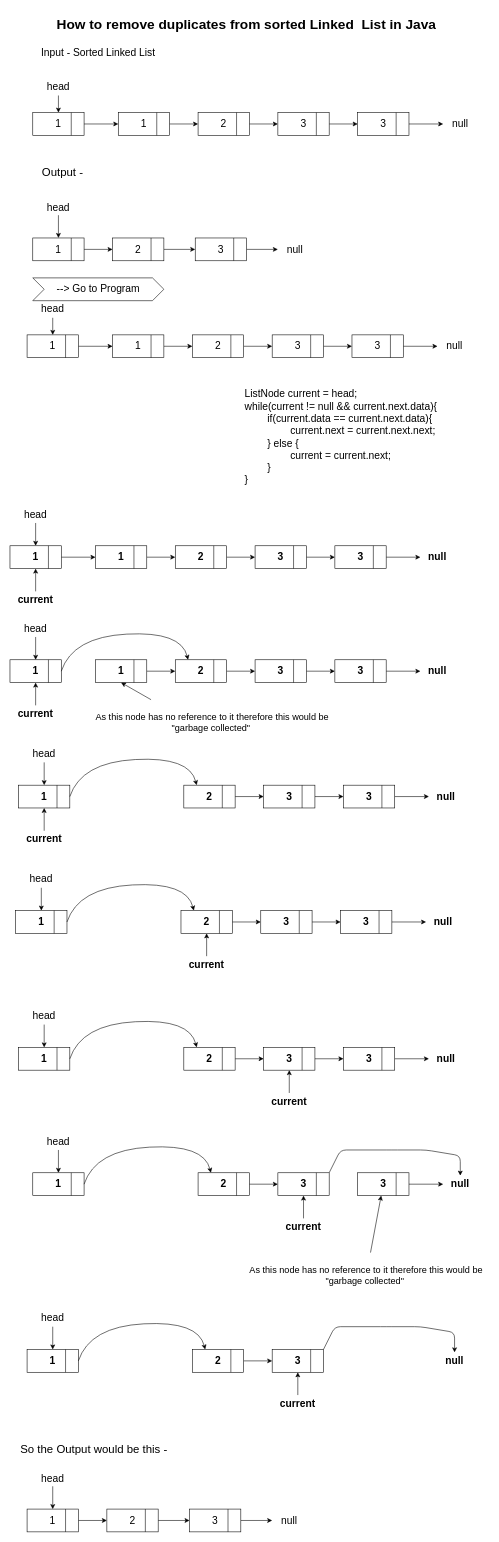
Above: SinglyLinkedList/remove_duplicates_from_sorted_LL/remove_duplicates_from_sorted_LL.drawio in Dheeraj2002kumar/DSA_in_java (draw.io), before the change. Source tidied: cells renumbered, new cells numbered last; positions are measured from the earlier drawing's top-left corner, leaving out a move shared by most shapes. Both pictures are drawn from the tidied source at 57%, with x=0, y=0 at pixel (10, 10).
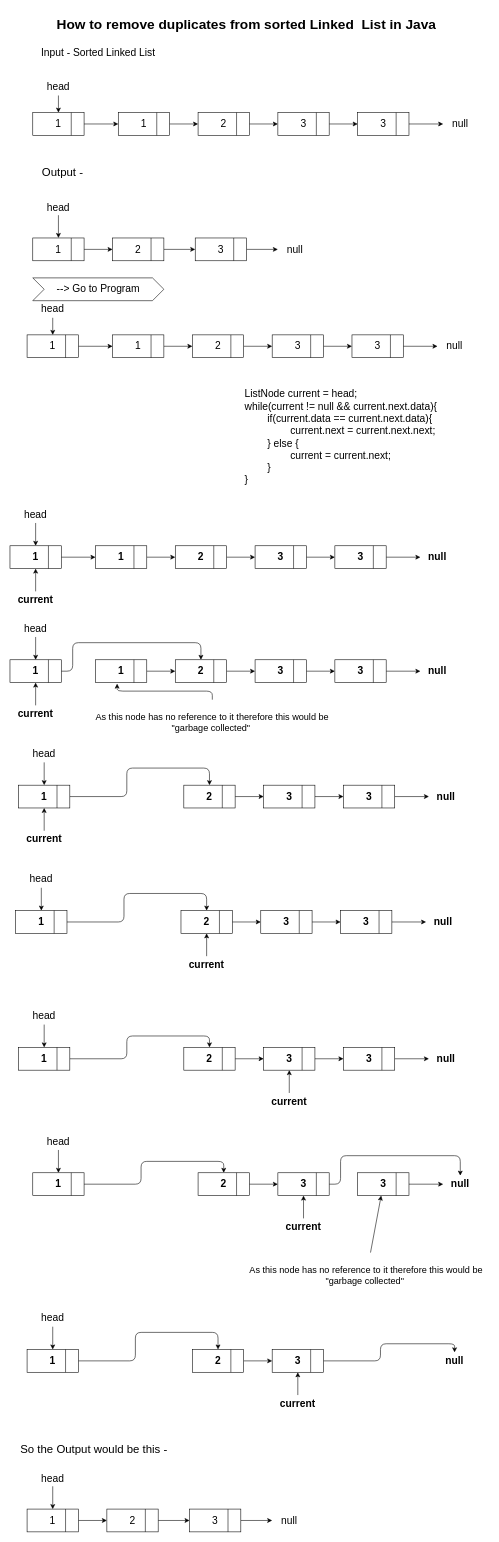
The same diagram, later.

Unchanged cells that the change refers to:
```xml
<mxCell id="75" value="1" style="rounded=0;whiteSpace=wrap;html=1;fontSize=18;fontStyle=1;" parent="1" vertex="1">
  <mxGeometry y="1140" width="90" height="40" as="geometry" />
</mxCell>
<mxCell id="78" value="1" style="rounded=0;whiteSpace=wrap;html=1;fontSize=18;fontStyle=1;" parent="1" vertex="1">
  <mxGeometry x="150" y="1140" width="90" height="40" as="geometry" />
</mxCell>
<mxCell id="81" value="2" style="rounded=0;whiteSpace=wrap;html=1;fontSize=18;fontStyle=1;" parent="1" vertex="1">
  <mxGeometry x="290" y="1140" width="90" height="40" as="geometry" />
</mxCell>
<mxCell id="95" value="1" style="rounded=0;whiteSpace=wrap;html=1;fontSize=18;fontStyle=1;" parent="1" vertex="1">
  <mxGeometry x="15" y="1360" width="90" height="40" as="geometry" />
</mxCell>
<mxCell id="98" value="2" style="rounded=0;whiteSpace=wrap;html=1;fontSize=18;fontStyle=1;" parent="1" vertex="1">
  <mxGeometry x="305" y="1360" width="90" height="40" as="geometry" />
</mxCell>
<mxCell id="112" value="1" style="rounded=0;whiteSpace=wrap;html=1;fontSize=18;fontStyle=1;" parent="1" vertex="1">
  <mxGeometry x="10" y="1580" width="90" height="40" as="geometry" />
</mxCell>
<mxCell id="115" value="2" style="rounded=0;whiteSpace=wrap;html=1;fontSize=18;fontStyle=1;" parent="1" vertex="1">
  <mxGeometry x="300" y="1580" width="90" height="40" as="geometry" />
</mxCell>
<mxCell id="129" value="1" style="rounded=0;whiteSpace=wrap;html=1;fontSize=18;fontStyle=1;" parent="1" vertex="1">
  <mxGeometry x="15" y="1820" width="90" height="40" as="geometry" />
</mxCell>
<mxCell id="132" value="2" style="rounded=0;whiteSpace=wrap;html=1;fontSize=18;fontStyle=1;" parent="1" vertex="1">
  <mxGeometry x="305" y="1820" width="90" height="40" as="geometry" />
</mxCell>
<mxCell id="146" value="1" style="rounded=0;whiteSpace=wrap;html=1;fontSize=18;fontStyle=1;" parent="1" vertex="1">
  <mxGeometry x="40" y="2040" width="90" height="40" as="geometry" />
</mxCell>
<mxCell id="149" value="2" style="rounded=0;whiteSpace=wrap;html=1;fontSize=18;fontStyle=1;" parent="1" vertex="1">
  <mxGeometry x="330" y="2040" width="90" height="40" as="geometry" />
</mxCell>
<mxCell id="152" value="3" style="rounded=0;whiteSpace=wrap;html=1;fontSize=18;fontStyle=1;" parent="1" vertex="1">
  <mxGeometry x="470" y="2040" width="90" height="40" as="geometry" />
</mxCell>
<mxCell id="157" value="null" style="text;html=1;strokeColor=none;fillColor=none;align=center;verticalAlign=middle;whiteSpace=wrap;rounded=0;fontSize=18;fontStyle=1;" parent="1" vertex="1">
  <mxGeometry x="760" y="2045" width="60" height="30" as="geometry" />
</mxCell>
<mxCell id="164" value="&lt;font size=&quot;3&quot;&gt;As this node has no reference to it therefore this would be &quot;garbage collected&quot;&amp;nbsp;&lt;/font&gt;" style="text;html=1;strokeColor=none;fillColor=none;align=center;verticalAlign=middle;whiteSpace=wrap;rounded=0;" parent="1" vertex="1">
  <mxGeometry x="140" y="1210" width="430" height="80" as="geometry" />
</mxCell>
<mxCell id="167" value="1" style="rounded=0;whiteSpace=wrap;html=1;fontSize=18;fontStyle=1;" parent="1" vertex="1">
  <mxGeometry x="30" y="2350" width="90" height="40" as="geometry" />
</mxCell>
<mxCell id="170" value="2" style="rounded=0;whiteSpace=wrap;html=1;fontSize=18;fontStyle=1;" parent="1" vertex="1">
  <mxGeometry x="320" y="2350" width="90" height="40" as="geometry" />
</mxCell>
<mxCell id="173" value="3" style="rounded=0;whiteSpace=wrap;html=1;fontSize=18;fontStyle=1;" parent="1" vertex="1">
  <mxGeometry x="460" y="2350" width="90" height="40" as="geometry" />
</mxCell>
<mxCell id="175" value="null" style="text;html=1;strokeColor=none;fillColor=none;align=center;verticalAlign=middle;whiteSpace=wrap;rounded=0;fontSize=18;fontStyle=1;" parent="1" vertex="1">
  <mxGeometry x="750" y="2355" width="60" height="30" as="geometry" />
</mxCell>
```

Change to the diagram source:
```diff
@@
+    <mxCell id="194" style="edgeStyle=orthogonalEdgeStyle;html=1;exitX=1;exitY=0.5;exitDx=0;exitDy=0;entryX=0.5;entryY=0;entryDx=0;entryDy=0;" parent="1" edge="1" source="75" target="81">
+      <mxGeometry relative="1" as="geometry">
+        <Array as="points">
+          <mxPoint x="110" y="1160" />
+          <mxPoint x="110" y="1110" />
+          <mxPoint x="335" y="1110" />
+        </Array>
+      </mxGeometry>
+    </mxCell>
@@
-    <mxCell id="94" style="curved=1;endArrow=classic;html=1;entryX=0.25;entryY=0;entryDx=0;entryDy=0;" parent="1" edge="1" target="81">
-      <mxGeometry relative="1" as="geometry">
-        <mxPoint x="90" y="1160" as="sourcePoint" />
-        <Array as="points">
-          <mxPoint x="110" y="1100" />
-          <mxPoint x="300" y="1090" />
-        </Array>
-      </mxGeometry>
-    </mxCell>
+    <mxCell id="195" style="edgeStyle=orthogonalEdgeStyle;html=1;exitX=1;exitY=0.5;exitDx=0;exitDy=0;entryX=0.5;entryY=0;entryDx=0;entryDy=0;" parent="1" edge="1" source="95" target="98">
+      <mxGeometry relative="1" as="geometry">
+        <Array as="points">
+          <mxPoint x="205" y="1380" />
+          <mxPoint x="205" y="1330" />
+          <mxPoint x="350" y="1330" />
+        </Array>
+      </mxGeometry>
+    </mxCell>
@@
-    <mxCell id="111" style="curved=1;endArrow=classic;html=1;entryX=0.25;entryY=0;entryDx=0;entryDy=0;" parent="1" edge="1" target="98">
-      <mxGeometry relative="1" as="geometry">
-        <mxPoint x="105" y="1380" as="sourcePoint" />
-        <Array as="points">
-          <mxPoint x="125" y="1320" />
-          <mxPoint x="315" y="1310" />
-        </Array>
-      </mxGeometry>
-    </mxCell>
+    <mxCell id="196" style="edgeStyle=orthogonalEdgeStyle;html=1;exitX=1;exitY=0.5;exitDx=0;exitDy=0;entryX=0.5;entryY=0;entryDx=0;entryDy=0;" parent="1" edge="1" source="112" target="115">
+      <mxGeometry relative="1" as="geometry">
+        <Array as="points">
+          <mxPoint x="200" y="1600" />
+          <mxPoint x="200" y="1550" />
+          <mxPoint x="345" y="1550" />
+        </Array>
+      </mxGeometry>
+    </mxCell>
@@
-    <mxCell id="128" style="curved=1;endArrow=classic;html=1;entryX=0.25;entryY=0;entryDx=0;entryDy=0;" parent="1" edge="1" target="115">
-      <mxGeometry relative="1" as="geometry">
-        <mxPoint x="100" y="1600" as="sourcePoint" />
-        <Array as="points">
-          <mxPoint x="120" y="1540" />
-          <mxPoint x="310" y="1530" />
-        </Array>
-      </mxGeometry>
-    </mxCell>
+    <mxCell id="197" style="edgeStyle=orthogonalEdgeStyle;html=1;exitX=1;exitY=0.5;exitDx=0;exitDy=0;entryX=0.5;entryY=0;entryDx=0;entryDy=0;" parent="1" edge="1" source="129" target="132">
+      <mxGeometry relative="1" as="geometry">
+        <Array as="points">
+          <mxPoint x="205" y="1840" />
+          <mxPoint x="205" y="1800" />
+          <mxPoint x="350" y="1800" />
+        </Array>
+      </mxGeometry>
+    </mxCell>
@@
-    <mxCell id="145" style="curved=1;endArrow=classic;html=1;entryX=0.25;entryY=0;entryDx=0;entryDy=0;" parent="1" edge="1" target="132">
-      <mxGeometry relative="1" as="geometry">
-        <mxPoint x="105" y="1840" as="sourcePoint" />
-        <Array as="points">
-          <mxPoint x="125" y="1780" />
-          <mxPoint x="315" y="1770" />
-        </Array>
-      </mxGeometry>
-    </mxCell>
+    <mxCell id="198" style="edgeStyle=orthogonalEdgeStyle;html=1;exitX=1;exitY=0.5;exitDx=0;exitDy=0;entryX=0.5;entryY=0;entryDx=0;entryDy=0;" parent="1" edge="1" source="146" target="149">
+      <mxGeometry relative="1" as="geometry">
+        <Array as="points">
+          <mxPoint x="230" y="2060" />
+          <mxPoint x="230" y="2020" />
+          <mxPoint x="375" y="2020" />
+        </Array>
+      </mxGeometry>
+    </mxCell>
@@
-    <mxCell id="151" style="edgeStyle=none;html=1;exitX=1;exitY=0;exitDx=0;exitDy=0;entryX=0.5;entryY=0;entryDx=0;entryDy=0;" parent="1" edge="1" source="152" target="157">
+    <mxCell id="151" style="edgeStyle=orthogonalEdgeStyle;html=1;exitX=1;exitY=0.5;exitDx=0;exitDy=0;entryX=0.5;entryY=0;entryDx=0;entryDy=0;" parent="1" edge="1" source="152" target="157">
       <mxGeometry relative="1" as="geometry">
         <Array as="points">
-          <mxPoint x="580" y="2000" />
-          <mxPoint x="670" y="2000" />
-          <mxPoint x="730" y="2000" />
+          <mxPoint x="580" y="2060" />
+          <mxPoint x="580" y="2010" />
           <mxPoint x="790" y="2010" />
         </Array>
       </mxGeometry>
     </mxCell>
@@
-    <mxCell id="162" style="curved=1;endArrow=classic;html=1;entryX=0.25;entryY=0;entryDx=0;entryDy=0;" parent="1" edge="1" target="149">
-      <mxGeometry relative="1" as="geometry">
-        <mxPoint x="130" y="2060" as="sourcePoint" />
-        <Array as="points">
-          <mxPoint x="150" y="2000" />
-          <mxPoint x="340" y="1990" />
-        </Array>
-      </mxGeometry>
-    </mxCell>
-    <mxCell id="163" style="edgeStyle=none;html=1;entryX=0.5;entryY=1;entryDx=0;entryDy=0;fontSize=18;exitX=0.25;exitY=0;exitDx=0;exitDy=0;" parent="1" edge="1" source="164" target="78">
+    <mxCell id="163" style="edgeStyle=orthogonalEdgeStyle;html=1;exitX=0.5;exitY=0;exitDx=0;exitDy=0;entryX=0.422;entryY=1.05;entryDx=0;entryDy=0;entryPerimeter=0;" parent="1" edge="1" source="164" target="78">
       <mxGeometry relative="1" as="geometry" />
     </mxCell>
@@
+    <mxCell id="199" style="edgeStyle=orthogonalEdgeStyle;html=1;exitX=1;exitY=0.5;exitDx=0;exitDy=0;entryX=0.5;entryY=0;entryDx=0;entryDy=0;" parent="1" edge="1" source="167" target="170">
+      <mxGeometry relative="1" as="geometry">
+        <Array as="points">
+          <mxPoint x="220" y="2370" />
+          <mxPoint x="220" y="2320" />
+          <mxPoint x="365" y="2320" />
+        </Array>
+      </mxGeometry>
+    </mxCell>
@@
-    <mxCell id="172" style="edgeStyle=none;html=1;exitX=1;exitY=0;exitDx=0;exitDy=0;entryX=0.5;entryY=0;entryDx=0;entryDy=0;" parent="1" edge="1" source="173" target="175">
-      <mxGeometry relative="1" as="geometry">
-        <Array as="points">
-          <mxPoint x="570" y="2310" />
-          <mxPoint x="660" y="2310" />
-          <mxPoint x="720" y="2310" />
-          <mxPoint x="780" y="2320" />
-        </Array>
-      </mxGeometry>
+    <mxCell id="172" style="edgeStyle=orthogonalEdgeStyle;html=1;exitX=1;exitY=0.5;exitDx=0;exitDy=0;entryX=0.5;entryY=0;entryDx=0;entryDy=0;" parent="1" edge="1" source="173" target="175">
+      <mxGeometry relative="1" as="geometry" />
     </mxCell>
@@
-    <mxCell id="180" style="curved=1;endArrow=classic;html=1;entryX=0.25;entryY=0;entryDx=0;entryDy=0;" parent="1" edge="1" target="170">
-      <mxGeometry relative="1" as="geometry">
-        <mxPoint x="120" y="2370" as="sourcePoint" />
-        <Array as="points">
-          <mxPoint x="140" y="2310" />
-          <mxPoint x="330" y="2300" />
-        </Array>
-      </mxGeometry>
-    </mxCell>
```
